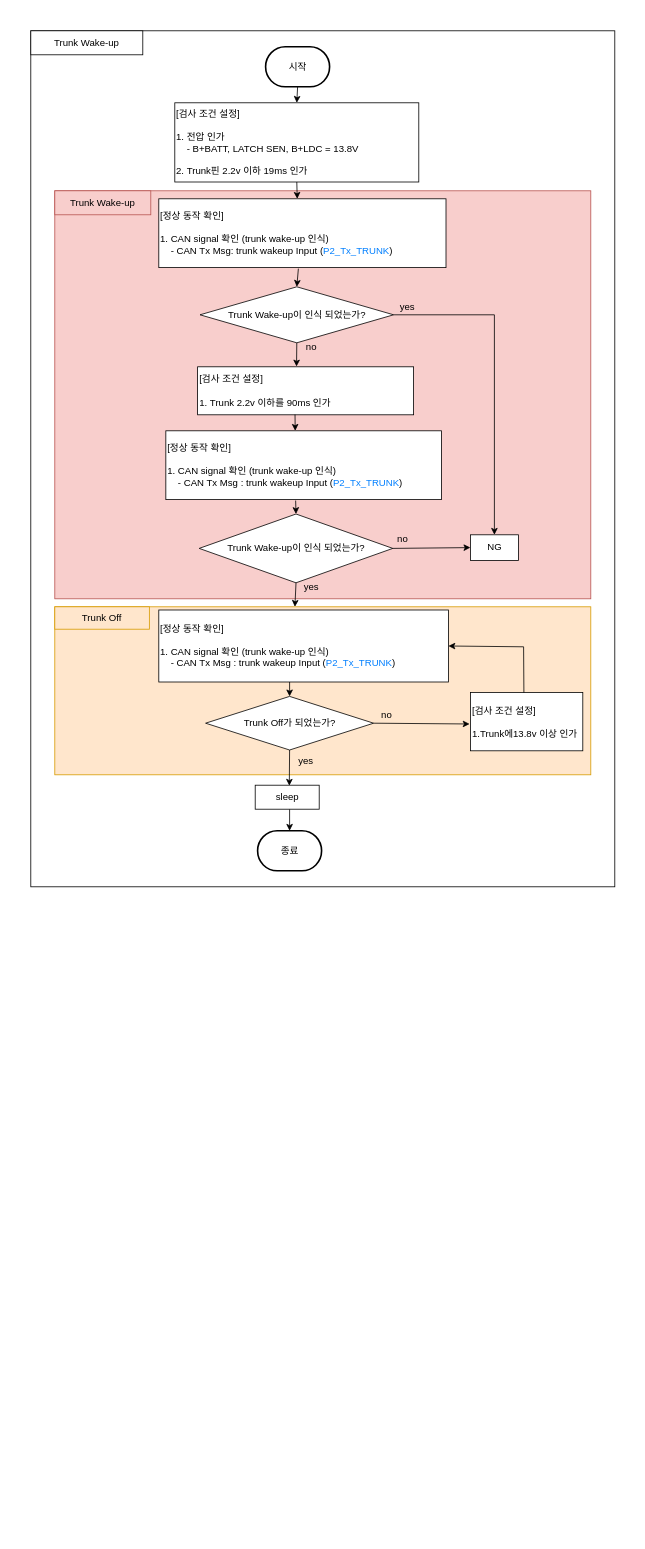
The draw.io diagram Trunk Wake-up.drawio in chaeyoonl/state-transition-diagram-test, before the edit. Source tidied: cells renumbered, new cells numbered last; positions are measured from the earlier drawing's top-left corner, leaving out a move shared by most shapes. Both pictures are drawn from the tidied source at 80%, with x=0, y=0 at pixel (30, 30).
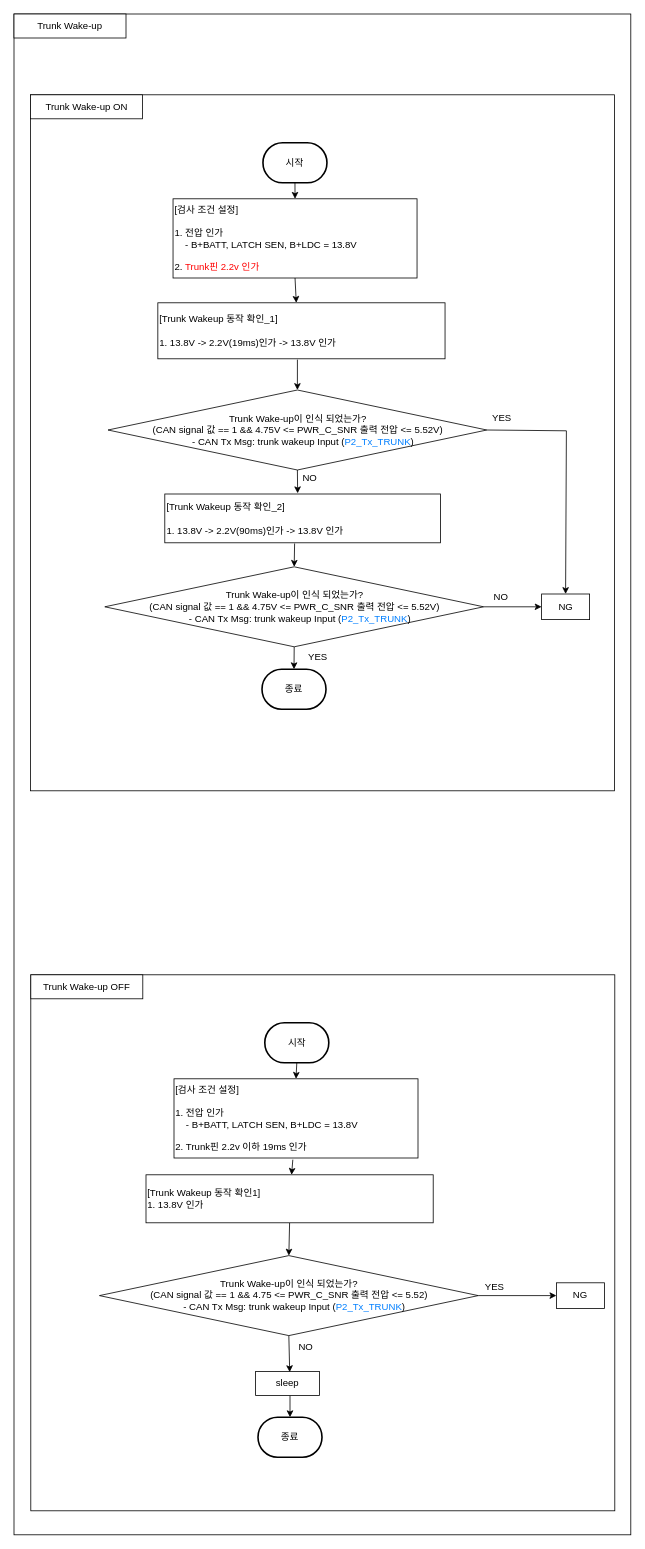
The same diagram, later.

Diff of the diagram source:
```diff
@@
+    <mxCell id="41" style="rounded=0;whiteSpace=wrap;html=1;" parent="1" vertex="1">
+      <mxGeometry x="-21" y="-21" width="771" height="1901" as="geometry" />
+    </mxCell>
+    <mxCell id="5" value="Trunk Wake-up" style="rounded=0;whiteSpace=wrap;html=1;" parent="1" vertex="1">
+      <mxGeometry x="-21" y="-21" width="140" height="30" as="geometry" />
+    </mxCell>
     <mxCell id="2" style="rounded=0;whiteSpace=wrap;html=1;" parent="1" vertex="1">
-      <mxGeometry width="730" height="1070" as="geometry" />
+      <mxGeometry x="-0.5" y="80" width="730" height="870" as="geometry" />
     </mxCell>
-    <mxCell id="3" value="Trunk Wake-up" style="rounded=0;whiteSpace=wrap;html=1;" parent="1" vertex="1">
-      <mxGeometry width="140" height="30" as="geometry" />
+    <mxCell id="3" value="Trunk Wake-up ON" style="rounded=0;whiteSpace=wrap;html=1;" parent="1" vertex="1">
+      <mxGeometry x="-0.5" y="80" width="140" height="30" as="geometry" />
     </mxCell>
-    <mxCell id="4" style="rounded=0;whiteSpace=wrap;html=1;fillColor=#f8cecc;strokeColor=#b85450;" parent="1" vertex="1">
-      <mxGeometry x="30" y="200" width="670" height="510" as="geometry" />
-    </mxCell>
-    <mxCell id="5" value="&lt;span style=&quot;color: rgb(0, 0, 0); font-family: Helvetica; font-size: 12px; font-style: normal; font-variant-ligatures: normal; font-variant-caps: normal; font-weight: 400; letter-spacing: normal; orphans: 2; text-align: center; text-indent: 0px; text-transform: none; widows: 2; word-spacing: 0px; -webkit-text-stroke-width: 0px; text-decoration-thickness: initial; text-decoration-style: initial; text-decoration-color: initial; float: none; display: inline !important;&quot;&gt;Trunk Wake-up&lt;br&gt;&lt;/span&gt;" style="rounded=0;whiteSpace=wrap;html=1;fillColor=#f8cecc;strokeColor=#b85450;fillStyle=solid;labelBackgroundColor=none;" parent="1" vertex="1">
-      <mxGeometry x="30" y="200" width="120" height="30" as="geometry" />
-    </mxCell>
     <mxCell id="6" value="시작" style="strokeWidth=2;html=1;shape=mxgraph.flowchart.terminator;whiteSpace=wrap;" parent="1" vertex="1">
-      <mxGeometry x="293.5" y="20" width="80" height="50" as="geometry" />
+      <mxGeometry x="290.2" y="140" width="80" height="50" as="geometry" />
     </mxCell>
-    <mxCell id="7" value="[검사 조건 설정]&lt;br&gt;&lt;br&gt;1. 전압 인가&lt;br&gt;&amp;nbsp; &amp;nbsp; - B+BATT, LATCH SEN, B+LDC = 13.8V&lt;br&gt;&lt;br&gt;2.&amp;nbsp;Trunk핀 2.2v 이하&amp;nbsp;19ms 인가" style="rounded=0;whiteSpace=wrap;html=1;align=left;" parent="1" vertex="1">
-      <mxGeometry x="180" y="90" width="305" height="99" as="geometry" />
+    <mxCell id="7" value="[검사 조건 설정]&lt;br&gt;&lt;br&gt;1. 전압 인가&lt;br&gt;&amp;nbsp; &amp;nbsp; - B+BATT, LATCH SEN, B+LDC = 13.8V&lt;br&gt;&lt;br&gt;2.&amp;nbsp;&lt;font color=&quot;#ff0000&quot;&gt;Trunk핀 2.2v 인가&lt;/font&gt;" style="rounded=0;whiteSpace=wrap;html=1;align=left;" parent="1" vertex="1">
+      <mxGeometry x="177.8" y="210" width="305" height="99" as="geometry" />
     </mxCell>
-    <mxCell id="8" value="Trunk Wake-up이 인식 되었는가?" style="rhombus;whiteSpace=wrap;html=1;" parent="1" vertex="1">
-      <mxGeometry x="211.5" y="320" width="242" height="70" as="geometry" />
+    <mxCell id="8" value="Trunk Wake-up이 인식 되었는가?&lt;br&gt;(CAN signal 값 == 1 &amp;amp;&amp;amp; 4.75V &amp;lt;= PWR_C_SNR 출력 전압 &amp;lt;= 5.52V)&lt;br&gt;&amp;nbsp; &amp;nbsp; - CAN Tx Msg:&amp;nbsp;trunk wakeup&amp;nbsp;Input&amp;nbsp;(&lt;font style=&quot;border-color: var(--border-color); text-align: left;&quot; color=&quot;#007fff&quot;&gt;P2_Tx_TRUNK&lt;/font&gt;&lt;span style=&quot;text-align: left;&quot;&gt;)&lt;/span&gt;" style="rhombus;whiteSpace=wrap;html=1;" parent="1" vertex="1">
+      <mxGeometry x="96.5" y="449" width="473.5" height="100" as="geometry" />
     </mxCell>
@@
-    <mxCell id="11" value="no" style="text;html=1;strokeColor=none;fillColor=none;align=center;verticalAlign=middle;whiteSpace=wrap;rounded=0;" parent="1" vertex="1">
-      <mxGeometry x="320.5" y="380" width="60" height="30" as="geometry" />
+    <mxCell id="11" value="NO" style="text;html=1;strokeColor=none;fillColor=none;align=center;verticalAlign=middle;whiteSpace=wrap;rounded=0;" parent="1" vertex="1">
+      <mxGeometry x="319.2" y="544" width="60" height="30" as="geometry" />
     </mxCell>
-    <mxCell id="12" value="yes" style="text;html=1;strokeColor=none;fillColor=none;align=center;verticalAlign=middle;whiteSpace=wrap;rounded=0;" parent="1" vertex="1">
-      <mxGeometry x="440.5" y="330" width="60" height="30" as="geometry" />
+    <mxCell id="12" value="YES" style="text;html=1;strokeColor=none;fillColor=none;align=center;verticalAlign=middle;whiteSpace=wrap;rounded=0;" parent="1" vertex="1">
+      <mxGeometry x="558.8" y="469" width="60" height="30" as="geometry" />
     </mxCell>
     <mxCell id="13" style="endArrow=classic;html=1;rounded=0;exitX=1;exitY=0.5;exitDx=0;exitDy=0;entryX=0.5;entryY=0;entryDx=0;entryDy=0;" parent="1" edge="1" source="8" target="23">
       <mxGeometry relative="1" as="geometry">
         <Array as="points">
-          <mxPoint x="579.5" y="355" />
+          <mxPoint x="669.5" y="500" />
         </Array>
       </mxGeometry>
     </mxCell>
-    <mxCell id="14" value="[정상 동작 확인]&lt;br&gt;&lt;br&gt;1. CAN signal 확인 (trunk wake-up 인식)&lt;br style=&quot;border-color: var(--border-color);&quot;&gt;&amp;nbsp; &amp;nbsp; - CAN Tx Msg:&amp;nbsp;trunk wakeup&amp;nbsp;Input&amp;nbsp;(&lt;font style=&quot;border-color: var(--border-color);&quot; color=&quot;#007fff&quot;&gt;P2_Tx_TRUNK&lt;/font&gt;)" style="rounded=0;whiteSpace=wrap;html=1;align=left;" parent="1" vertex="1">
-      <mxGeometry x="160" y="210" width="359" height="86" as="geometry" />
+    <mxCell id="14" value="[Trunk Wakeup 동작 확인_1]&lt;br&gt;&lt;br&gt;1. 13.8V -&amp;gt; 2.2V(19ms)인가 -&amp;gt; 13.8V 인가" style="rounded=0;whiteSpace=wrap;html=1;align=left;" parent="1" vertex="1">
+      <mxGeometry x="158.8" y="340" width="359" height="70" as="geometry" />
     </mxCell>
@@
-    <mxCell id="16" style="endArrow=classic;html=1;rounded=0;exitX=0.5;exitY=1;exitDx=0;exitDy=0;entryX=0.458;entryY=-0.006;entryDx=0;entryDy=0;entryPerimeter=0;" parent="1" edge="1" source="8" target="17">
+    <mxCell id="16" style="endArrow=classic;html=1;rounded=0;exitX=0.5;exitY=1;exitDx=0;exitDy=0;entryX=0.482;entryY=-0.015;entryDx=0;entryDy=0;entryPerimeter=0;" parent="1" edge="1" source="8" target="39">
       <mxGeometry relative="1" as="geometry" />
     </mxCell>
-    <mxCell id="17" value="[검사 조건 설정]&lt;br&gt;&lt;br&gt;1. Trunk 2.2v 이하를&amp;nbsp;&lt;span style=&quot;text-align: center;&quot;&gt;90ms 인가&lt;/span&gt;" style="rounded=0;whiteSpace=wrap;html=1;align=left;" parent="1" vertex="1">
-      <mxGeometry x="208.5" y="420" width="270" height="60" as="geometry" />
-    </mxCell>
-    <mxCell id="18" style="rounded=0;whiteSpace=wrap;html=1;fillColor=#ffe6cc;strokeColor=#d79b00;" parent="1" vertex="1">
-      <mxGeometry x="30" y="720" width="670" height="210" as="geometry" />
-    </mxCell>
-    <mxCell id="19" value="&lt;span style=&quot;color: rgb(0, 0, 0); font-family: Helvetica; font-size: 12px; font-style: normal; font-variant-ligatures: normal; font-variant-caps: normal; font-weight: 400; letter-spacing: normal; orphans: 2; text-align: center; text-indent: 0px; text-transform: none; widows: 2; word-spacing: 0px; -webkit-text-stroke-width: 0px; text-decoration-thickness: initial; text-decoration-style: initial; text-decoration-color: initial; float: none; display: inline !important;&quot;&gt;Trunk Off&lt;br&gt;&lt;/span&gt;" style="rounded=0;whiteSpace=wrap;html=1;fillColor=#ffe6cc;strokeColor=#d79b00;labelBackgroundColor=none;" parent="1" vertex="1">
-      <mxGeometry x="30" y="720" width="118.2" height="28" as="geometry" />
-    </mxCell>
-    <mxCell id="20" value="Trunk Wake-up이 인식 되었는가?" style="rhombus;whiteSpace=wrap;html=1;" parent="1" vertex="1">
-      <mxGeometry x="210.5" y="604" width="242" height="86" as="geometry" />
-    </mxCell>
-    <mxCell id="21" value="no" style="text;html=1;strokeColor=none;fillColor=none;align=center;verticalAlign=middle;whiteSpace=wrap;rounded=0;" parent="1" vertex="1">
-      <mxGeometry x="434.5" y="620" width="60" height="30" as="geometry" />
+    <mxCell id="21" value="NO" style="text;html=1;strokeColor=none;fillColor=none;align=center;verticalAlign=middle;whiteSpace=wrap;rounded=0;" parent="1" vertex="1">
+      <mxGeometry x="557.8" y="693" width="60" height="30" as="geometry" />
     </mxCell>
-    <mxCell id="22" style="endArrow=classic;html=1;rounded=0;exitX=0.451;exitY=0.995;exitDx=0;exitDy=0;exitPerimeter=0;" parent="1" edge="1" source="17">
-      <mxGeometry relative="1" as="geometry">
-        <mxPoint x="330.5" y="500" as="targetPoint" />
-      </mxGeometry>
-    </mxCell>
     <mxCell id="23" value="NG" style="rounded=0;whiteSpace=wrap;html=1;align=center;" parent="1" vertex="1">
-      <mxGeometry x="549.5" y="630" width="60" height="32" as="geometry" />
+      <mxGeometry x="638.5" y="704" width="60" height="32" as="geometry" />
     </mxCell>
-    <mxCell id="24" style="endArrow=classic;html=1;rounded=0;exitX=1;exitY=0.5;exitDx=0;exitDy=0;entryX=0;entryY=0.5;entryDx=0;entryDy=0;" parent="1" edge="1" source="20" target="23">
+    <mxCell id="24" style="endArrow=classic;html=1;rounded=0;exitX=1;exitY=0.5;exitDx=0;exitDy=0;entryX=0;entryY=0.5;entryDx=0;entryDy=0;" parent="1" edge="1" source="50" target="23">
       <mxGeometry relative="1" as="geometry" />
     </mxCell>
+    <mxCell id="38" value="YES" style="text;html=1;strokeColor=none;fillColor=none;align=center;verticalAlign=middle;whiteSpace=wrap;rounded=0;" parent="1" vertex="1">
+      <mxGeometry x="328.5" y="768" width="60" height="30" as="geometry" />
+    </mxCell>
+    <mxCell id="39" value="[Trunk Wakeup 동작 확인_2]&lt;br style=&quot;border-color: var(--border-color);&quot;&gt;&lt;br&gt;1. 13.8V -&amp;gt; 2.2V(90ms)인가 -&amp;gt; 13.8V 인가" style="rounded=0;whiteSpace=wrap;html=1;align=left;" parent="1" vertex="1">
+      <mxGeometry x="167.5" y="579" width="344.5" height="61" as="geometry" />
+    </mxCell>
+    <mxCell id="40" style="endArrow=classic;html=1;rounded=0;exitX=0.471;exitY=1.014;exitDx=0;exitDy=0;exitPerimeter=0;entryX=0.5;entryY=0;entryDx=0;entryDy=0;" parent="1" edge="1" source="39" target="50">
+      <mxGeometry relative="1" as="geometry" />
+    </mxCell>
+    <mxCell id="42" value="종료" style="strokeWidth=2;html=1;shape=mxgraph.flowchart.terminator;whiteSpace=wrap;" parent="1" vertex="1">
+      <mxGeometry x="289" y="798" width="80" height="50" as="geometry" />
+    </mxCell>
+    <mxCell id="43" style="endArrow=classic;html=1;rounded=0;exitX=0.5;exitY=1;exitDx=0;exitDy=0;entryX=0.5;entryY=0;entryDx=0;entryDy=0;entryPerimeter=0;" parent="1" edge="1" source="50" target="42">
+      <mxGeometry relative="1" as="geometry" />
+    </mxCell>
+    <mxCell id="44" style="rounded=0;whiteSpace=wrap;html=1;" parent="1" vertex="1">
+      <mxGeometry y="1180" width="730" height="670" as="geometry" />
+    </mxCell>
+    <mxCell id="45" value="Trunk Wake-up OFF" style="rounded=0;whiteSpace=wrap;html=1;" parent="1" vertex="1">
+      <mxGeometry y="1180" width="140" height="30" as="geometry" />
+    </mxCell>
     <mxCell id="25" value="종료" style="strokeWidth=2;html=1;shape=mxgraph.flowchart.terminator;whiteSpace=wrap;" parent="1" vertex="1">
-      <mxGeometry x="283.5" y="1000" width="80" height="50" as="geometry" />
+      <mxGeometry x="284" y="1733" width="80" height="50" as="geometry" />
     </mxCell>
-    <mxCell id="26" value="Trunk&amp;nbsp;Off가 되었는가?" style="rhombus;whiteSpace=wrap;html=1;" parent="1" vertex="1">
-      <mxGeometry x="218.5" y="832" width="210" height="67" as="geometry" />
-    </mxCell>
-    <mxCell id="27" style="endArrow=classic;html=1;rounded=0;exitX=0.5;exitY=1;exitDx=0;exitDy=0;entryX=0.5;entryY=0;entryDx=0;entryDy=0;" parent="1" edge="1" target="26">
-      <mxGeometry relative="1" as="geometry">
-        <mxPoint x="323.5" y="783" as="sourcePoint" />
-      </mxGeometry>
-    </mxCell>
     <mxCell id="28" style="endArrow=classic;html=1;rounded=0;exitX=0.5;exitY=1;exitDx=0;exitDy=0;entryX=0.5;entryY=0;entryDx=0;entryDy=0;entryPerimeter=0;" parent="1" edge="1" target="25">
       <mxGeometry relative="1" as="geometry">
-        <mxPoint x="323.5" y="973" as="sourcePoint" />
+        <mxPoint x="324" y="1706" as="sourcePoint" />
       </mxGeometry>
     </mxCell>
-    <mxCell id="29" value="[검사 조건 설정]&lt;br&gt;&lt;br&gt;1.Trunk에13.8v 이상 인가" style="rounded=0;whiteSpace=wrap;html=1;align=left;" parent="1" vertex="1">
-      <mxGeometry x="549.5" y="827" width="140.5" height="73" as="geometry" />
-    </mxCell>
-    <mxCell id="30" style="endArrow=classic;html=1;rounded=0;exitX=1;exitY=0.5;exitDx=0;exitDy=0;entryX=-0.007;entryY=0.541;entryDx=0;entryDy=0;entryPerimeter=0;" parent="1" edge="1" source="26" target="29">
+    <mxCell id="30" style="endArrow=classic;html=1;rounded=0;exitX=1;exitY=0.5;exitDx=0;exitDy=0;entryX=0;entryY=0.5;entryDx=0;entryDy=0;" parent="1" edge="1" source="51" target="49">
       <mxGeometry relative="1" as="geometry" />
     </mxCell>
     <mxCell id="31" value="sleep" style="rounded=0;whiteSpace=wrap;html=1;align=center;" parent="1" vertex="1">
-      <mxGeometry x="280.5" y="943" width="80" height="30" as="geometry" />
+      <mxGeometry x="281" y="1676" width="80" height="30" as="geometry" />
     </mxCell>
-    <mxCell id="32" style="endArrow=classic;html=1;rounded=0;exitX=0.5;exitY=1;exitDx=0;exitDy=0;entryX=0.533;entryY=0.022;entryDx=0;entryDy=0;entryPerimeter=0;" parent="1" edge="1" source="26" target="31">
+    <mxCell id="32" style="endArrow=classic;html=1;rounded=0;exitX=0.5;exitY=1;exitDx=0;exitDy=0;entryX=0.533;entryY=0.022;entryDx=0;entryDy=0;entryPerimeter=0;" parent="1" edge="1" source="51" target="31">
       <mxGeometry relative="1" as="geometry" />
     </mxCell>
-    <mxCell id="33" value="yes" style="text;html=1;strokeColor=none;fillColor=none;align=center;verticalAlign=middle;whiteSpace=wrap;rounded=0;" parent="1" vertex="1">
-      <mxGeometry x="313.5" y="898" width="60" height="30" as="geometry" />
+    <mxCell id="33" value="NO" style="text;html=1;strokeColor=none;fillColor=none;align=center;verticalAlign=middle;whiteSpace=wrap;rounded=0;" parent="1" vertex="1">
+      <mxGeometry x="314" y="1631" width="60" height="30" as="geometry" />
     </mxCell>
-    <mxCell id="34" value="no" style="text;html=1;strokeColor=none;fillColor=none;align=center;verticalAlign=middle;whiteSpace=wrap;rounded=0;" parent="1" vertex="1">
-      <mxGeometry x="414.5" y="840" width="60" height="30" as="geometry" />
+    <mxCell id="34" value="YES" style="text;html=1;strokeColor=none;fillColor=none;align=center;verticalAlign=middle;whiteSpace=wrap;rounded=0;" parent="1" vertex="1">
+      <mxGeometry x="550" y="1556" width="60" height="30" as="geometry" />
     </mxCell>
-    <mxCell id="35" style="endArrow=classic;html=1;rounded=0;exitX=0.476;exitY=0.004;exitDx=0;exitDy=0;entryX=1;entryY=0.5;entryDx=0;entryDy=0;exitPerimeter=0;" parent="1" edge="1" source="29" target="37">
-      <mxGeometry relative="1" as="geometry">
-        <Array as="points">
-          <mxPoint x="616" y="770" />
-        </Array>
-      </mxGeometry>
-    </mxCell>
-    <mxCell id="36" style="endArrow=classic;html=1;rounded=0;entryX=0.448;entryY=0;entryDx=0;entryDy=0;entryPerimeter=0;exitX=0.5;exitY=1;exitDx=0;exitDy=0;" parent="1" edge="1" source="20" target="18">
+    <mxCell id="36" style="endArrow=classic;html=1;rounded=0;exitX=0.5;exitY=1;exitDx=0;exitDy=0;entryX=0.5;entryY=0;entryDx=0;entryDy=0;" parent="1" edge="1" source="53" target="51">
       <mxGeometry relative="1" as="geometry" />
     </mxCell>
-    <mxCell id="37" value="[정상 동작 확인]&lt;br&gt;&lt;br&gt;1. CAN signal 확인 (trunk wake-up 인식)&lt;br&gt;&amp;nbsp; &amp;nbsp; - CAN Tx Msg : trunk wakeup&amp;nbsp;Input&amp;nbsp;(&lt;font color=&quot;#007fff&quot;&gt;P2_Tx_TRUNK&lt;/font&gt;)" style="rounded=0;whiteSpace=wrap;html=1;align=left;" parent="1" vertex="1">
-      <mxGeometry x="160" y="724" width="362" height="90" as="geometry" />
-    </mxCell>
-    <mxCell id="38" value="yes" style="text;html=1;strokeColor=none;fillColor=none;align=center;verticalAlign=middle;whiteSpace=wrap;rounded=0;" parent="1" vertex="1">
-      <mxGeometry x="320.5" y="680" width="60" height="30" as="geometry" />
-    </mxCell>
-    <mxCell id="39" value="[정상 동작 확인]&lt;br&gt;&lt;br&gt;1. CAN signal 확인 (trunk wake-up 인식)&lt;br style=&quot;border-color: var(--border-color);&quot;&gt;&amp;nbsp; &amp;nbsp; - CAN Tx Msg : trunk wakeup&amp;nbsp;Input&amp;nbsp;(&lt;font style=&quot;border-color: var(--border-color);&quot; color=&quot;#007fff&quot;&gt;P2_Tx_TRUNK&lt;/font&gt;)" style="rounded=0;whiteSpace=wrap;html=1;align=left;" parent="1" vertex="1">
-      <mxGeometry x="168.8" y="500" width="344.5" height="86" as="geometry" />
-    </mxCell>
-    <mxCell id="40" style="endArrow=classic;html=1;rounded=0;exitX=0.471;exitY=1.014;exitDx=0;exitDy=0;exitPerimeter=0;entryX=0.5;entryY=0;entryDx=0;entryDy=0;" parent="1" edge="1" source="39" target="20">
-      <mxGeometry relative="1" as="geometry" />
-    </mxCell>
+    <mxCell id="46" value="시작" style="strokeWidth=2;html=1;shape=mxgraph.flowchart.terminator;whiteSpace=wrap;" parent="1" vertex="1">
+      <mxGeometry x="292.5" y="1240" width="80" height="50" as="geometry" />
+    </mxCell>
+    <mxCell id="47" value="[검사 조건 설정]&lt;br&gt;&lt;br&gt;1. 전압 인가&lt;br&gt;&amp;nbsp; &amp;nbsp; - B+BATT, LATCH SEN, B+LDC = 13.8V&lt;br&gt;&lt;br&gt;2.&amp;nbsp;Trunk핀 2.2v 이하&amp;nbsp;19ms 인가" style="rounded=0;whiteSpace=wrap;html=1;align=left;" parent="1" vertex="1">
+      <mxGeometry x="179" y="1310" width="305" height="99" as="geometry" />
+    </mxCell>
+    <mxCell id="48" style="endArrow=classic;html=1;rounded=0;exitX=0.5;exitY=1;exitDx=0;exitDy=0;exitPerimeter=0;entryX=0.5;entryY=0;entryDx=0;entryDy=0;" parent="1" edge="1" source="46" target="47">
+      <mxGeometry relative="1" as="geometry" />
+    </mxCell>
+    <mxCell id="49" value="NG" style="rounded=0;whiteSpace=wrap;html=1;align=center;" parent="1" vertex="1">
+      <mxGeometry x="657" y="1565" width="60" height="32" as="geometry" />
+    </mxCell>
+    <mxCell id="50" value="Trunk Wake-up이 인식 되었는가?&lt;br&gt;(CAN signal 값 == 1 &amp;amp;&amp;amp; 4.75V &amp;lt;= PWR_C_SNR 출력 전압 &amp;lt;= 5.52V)&lt;br&gt;&amp;nbsp; &amp;nbsp; - CAN Tx Msg:&amp;nbsp;trunk wakeup&amp;nbsp;Input&amp;nbsp;(&lt;font style=&quot;border-color: var(--border-color); text-align: left;&quot; color=&quot;#007fff&quot;&gt;P2_Tx_TRUNK&lt;/font&gt;&lt;span style=&quot;text-align: left;&quot;&gt;)&lt;/span&gt;" style="rhombus;whiteSpace=wrap;html=1;" parent="1" vertex="1">
+      <mxGeometry x="92.5" y="670" width="473.5" height="100" as="geometry" />
+    </mxCell>
+    <mxCell id="51" value="Trunk Wake-up이 인식 되었는가?&lt;br&gt;(CAN signal 값 == 1 &amp;amp;&amp;amp; 4.75 &amp;lt;= PWR_C_SNR 출력 전압 &amp;lt;= 5.52)&lt;br&gt;&amp;nbsp; &amp;nbsp; - CAN Tx Msg:&amp;nbsp;trunk wakeup&amp;nbsp;Input&amp;nbsp;(&lt;font style=&quot;border-color: var(--border-color); text-align: left;&quot; color=&quot;#007fff&quot;&gt;P2_Tx_TRUNK&lt;/font&gt;&lt;span style=&quot;text-align: left;&quot;&gt;)&lt;/span&gt;" style="rhombus;whiteSpace=wrap;html=1;" parent="1" vertex="1">
+      <mxGeometry x="85.8" y="1531" width="473.5" height="100" as="geometry" />
+    </mxCell>
+    <mxCell id="52" style="endArrow=classic;html=1;rounded=0;exitX=0.487;exitY=1.021;exitDx=0;exitDy=0;exitPerimeter=0;" parent="1" edge="1" source="47" target="53">
+      <mxGeometry relative="1" as="geometry" />
+    </mxCell>
+    <mxCell id="53" value="[Trunk Wakeup 동작 확인1]&lt;br&gt;1. 13.8V 인가" style="rounded=0;whiteSpace=wrap;html=1;align=left;" parent="1" vertex="1">
+      <mxGeometry x="144" y="1430" width="359" height="60" as="geometry" />
+    </mxCell>
```
